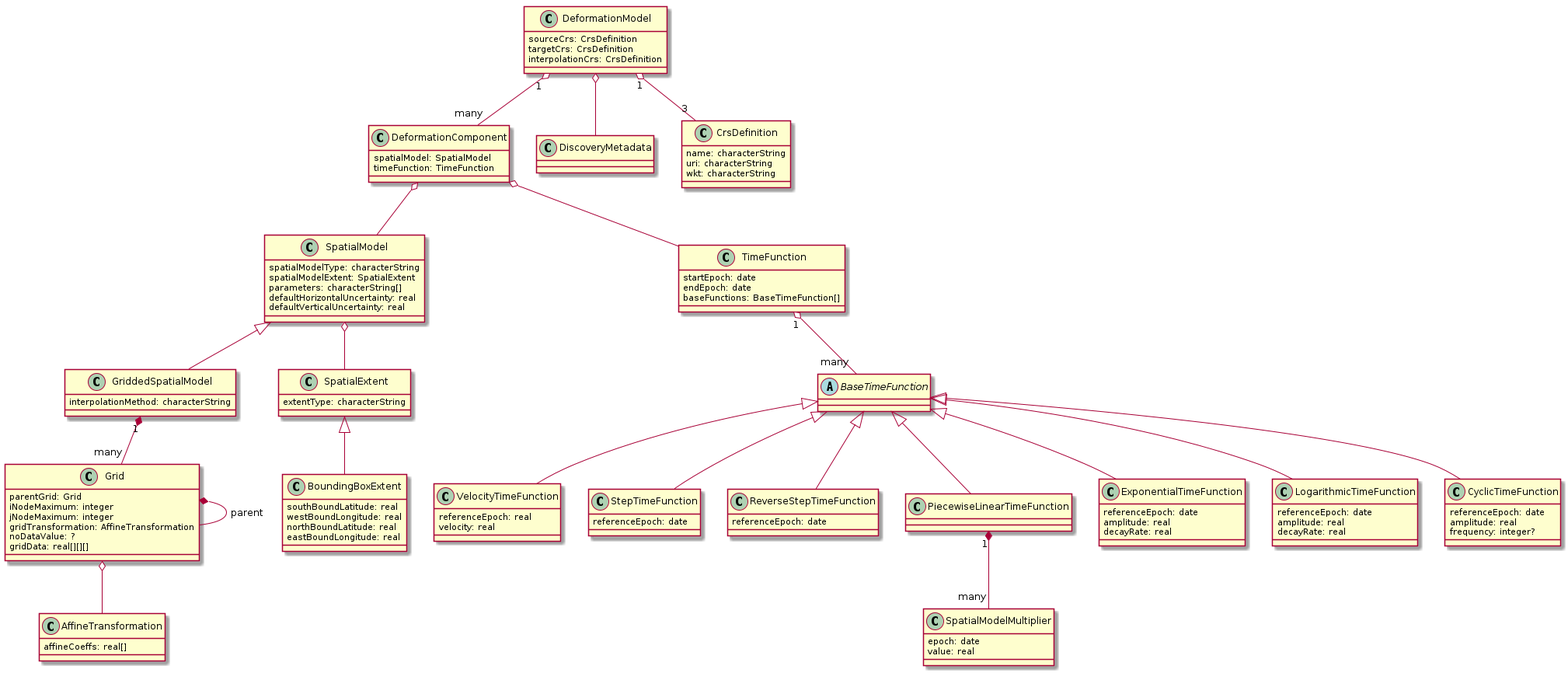
opengeospatial/CRS-Deformation-Models keeps this PlantUML diagram as uml_model/deformation_model.png. Above is the earlier version.
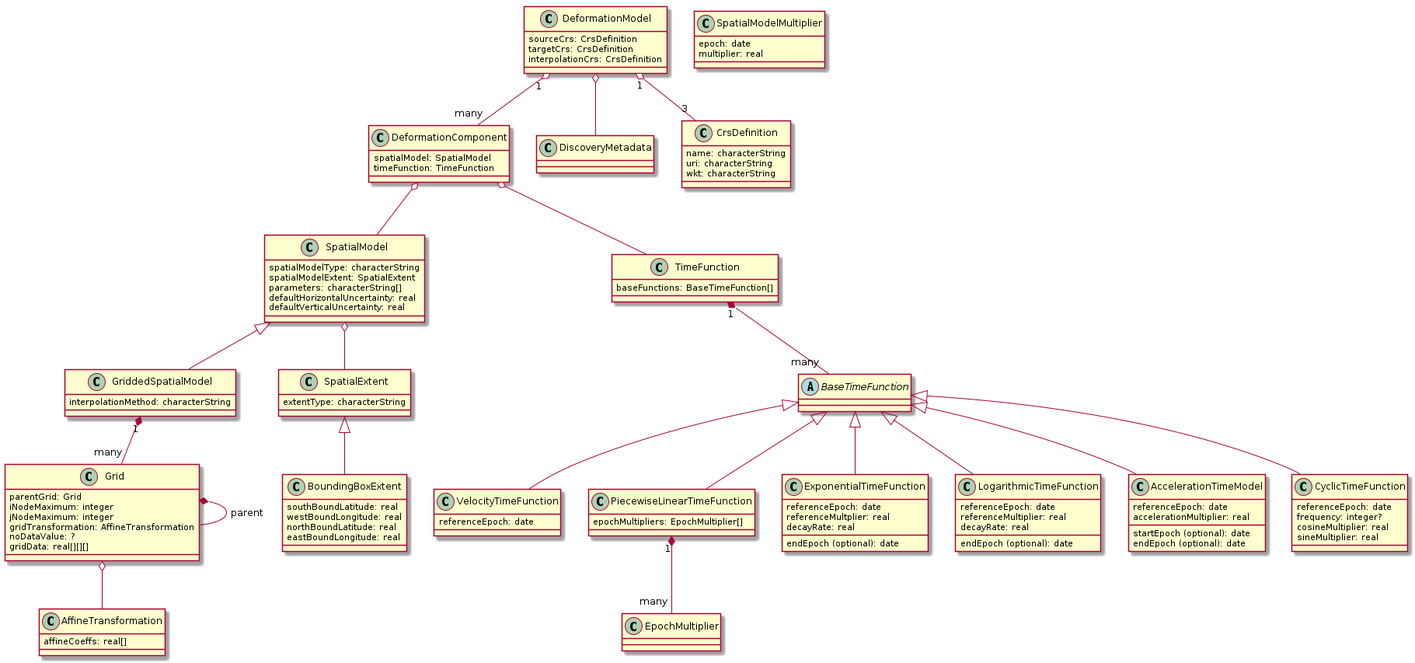
Above is the later version.

Change to the diagram source:
```diff
@@ -84,43 +84,23 @@
 
 class TimeFunction
 {
-    startEpoch: date
-    endEpoch: date
     baseFunctions: BaseTimeFunction[]
-
 }
 
 abstract class BaseTimeFunction
 {
-
 }
-TimeFunction "1" o-- "many" BaseTimeFunction
-
+TimeFunction "1" *-- "many" BaseTimeFunction
 
 class VelocityTimeFunction
 {
-    referenceEpoch: real
-    velocity: real
+    referenceEpoch: date
 }
 BaseTimeFunction <|-- VelocityTimeFunction
 
-
-
-class StepTimeFunction
-{
-    referenceEpoch: date
-
-}
-BaseTimeFunction <|-- StepTimeFunction
-
-class ReverseStepTimeFunction
-{
-    referenceEpoch: date
-}
-BaseTimeFunction <|-- ReverseStepTimeFunction
-
 class PiecewiseLinearTimeFunction
 {
+epochMultipliers: EpochMultiplier[]
 
 }
 BaseTimeFunction <|-- PiecewiseLinearTimeFunction
@@ -128,31 +108,44 @@
 class SpatialModelMultiplier
 {
     epoch: date
-    value: real
+    multiplier: real
 }
-PiecewiseLinearTimeFunction "1" *-- "many" SpatialModelMultiplier
+PiecewiseLinearTimeFunction "1" *-- "many" EpochMultiplier
 
 class ExponentialTimeFunction
 {
     referenceEpoch: date
-    amplitude: real
+    referenceMultplier: real
     decayRate: real
+    endEpoch (optional): date
 }
 BaseTimeFunction <|-- ExponentialTimeFunction
 
 class LogarithmicTimeFunction
 {
     referenceEpoch: date
-    amplitude: real
+    referenceMultiplier: real
     decayRate: real
+    endEpoch (optional): date
 }
 BaseTimeFunction <|-- LogarithmicTimeFunction
+
+class AccelerationTimeModel
+{
+    referenceEpoch: date
+    accelerationMultiplier: real
+    startEpoch (optional): date
+    endEpoch (optional): date
+}
+
+BaseTimeFunction <|-- AccelerationTimeModel
 
 class CyclicTimeFunction
 {
     referenceEpoch: date
-    amplitude: real
     frequency: integer?
+    cosineMultiplier: real
+    sineMultiplier: real
 }
 BaseTimeFunction <|-- CyclicTimeFunction
 
```
